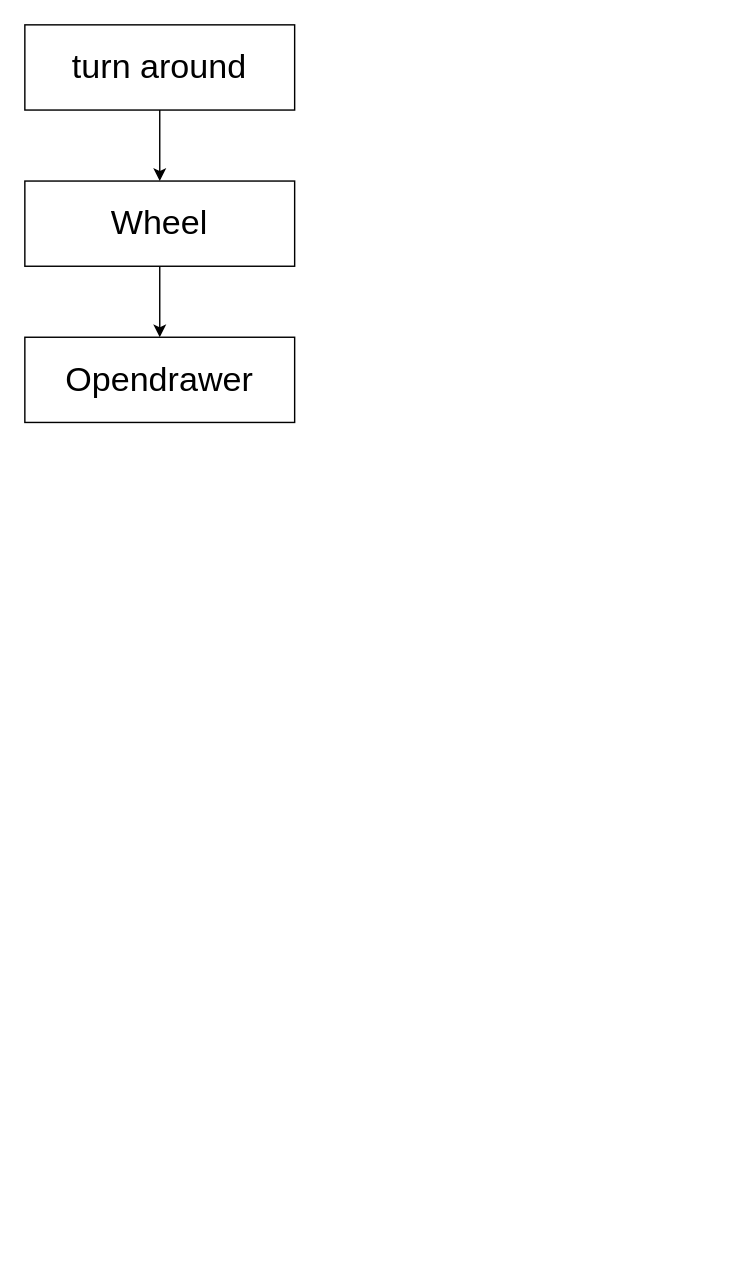
Above: document/work_flow.drawio in muzi2018/centauro_long_task (draw.io), before the change. Source tidied: cells renumbered, new cells numbered last; positions are measured from the earlier drawing's top-left corner, leaving out a move shared by most shapes. Both pictures are drawn from the tidied source at 142%, with x=0, y=0 at pixel (24, 24).
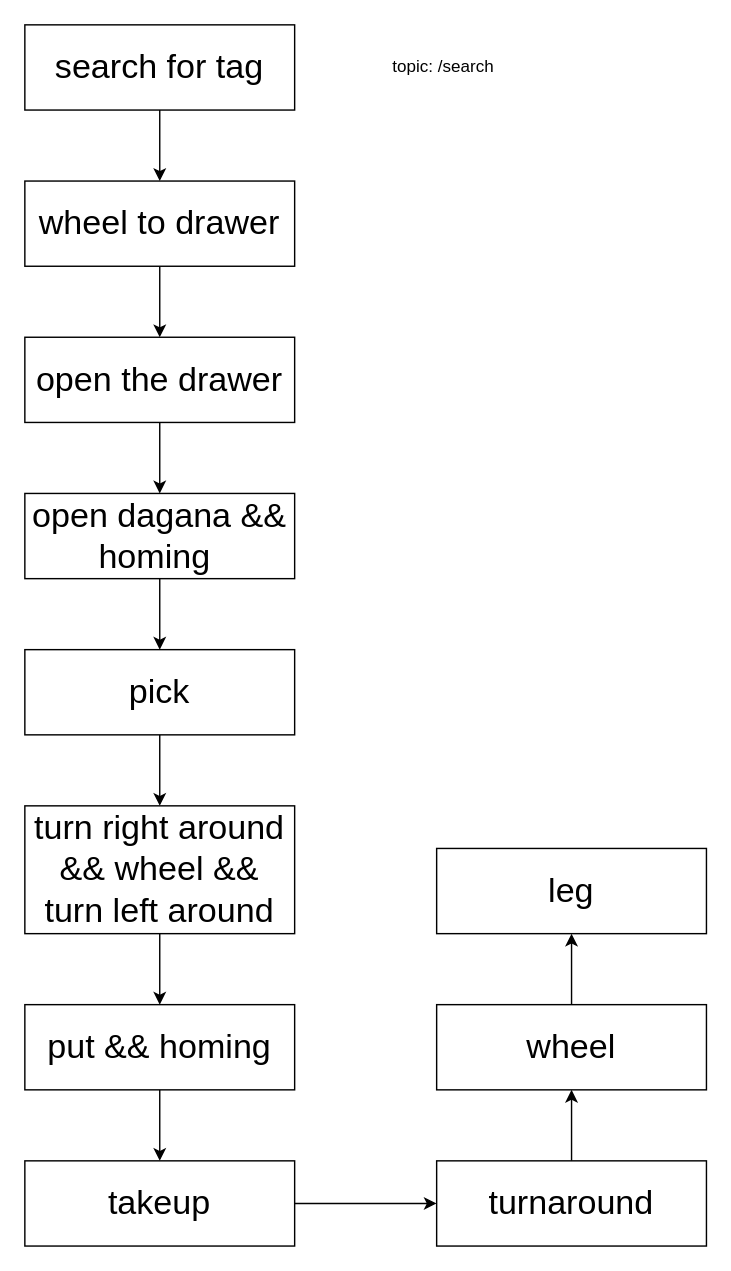
After the change.

Diff of the diagram source:
```diff
@@
-    <mxCell id="3" value="&lt;font style=&quot;font-size: 24px;&quot;&gt;turn around&lt;/font&gt;" style="rounded=0;whiteSpace=wrap;html=1;" parent="1" vertex="1">
+    <mxCell id="3" value="&lt;font style=&quot;font-size: 24px;&quot;&gt;search for tag&lt;/font&gt;" style="rounded=0;whiteSpace=wrap;html=1;" parent="1" vertex="1">
       <mxGeometry width="190" height="60" as="geometry" />
     </mxCell>
@@
-    <mxCell id="5" value="&lt;font style=&quot;font-size: 24px;&quot;&gt;Wheel&lt;/font&gt;" style="whiteSpace=wrap;html=1;rounded=0;" parent="1" vertex="1">
+    <mxCell id="5" value="&lt;font style=&quot;font-size: 24px;&quot;&gt;wheel to drawer&lt;/font&gt;" style="whiteSpace=wrap;html=1;rounded=0;" parent="1" vertex="1">
       <mxGeometry y="110" width="190" height="60" as="geometry" />
     </mxCell>
+    <mxCell id="7" style="edgeStyle=none;html=1;" parent="1" edge="1" source="6" target="9">
+      <mxGeometry relative="1" as="geometry" />
+    </mxCell>
-    <mxCell id="6" value="&lt;font style=&quot;font-size: 24px;&quot;&gt;Opendrawer&lt;br&gt;&lt;/font&gt;" style="whiteSpace=wrap;html=1;rounded=0;" parent="1" vertex="1">
+    <mxCell id="6" value="&lt;font style=&quot;font-size: 24px;&quot;&gt;open the drawer&lt;br&gt;&lt;/font&gt;" style="whiteSpace=wrap;html=1;rounded=0;" parent="1" vertex="1">
       <mxGeometry y="220" width="190" height="60" as="geometry" />
     </mxCell>
+    <mxCell id="8" style="edgeStyle=none;html=1;" parent="1" edge="1" source="9" target="11">
+      <mxGeometry relative="1" as="geometry" />
+    </mxCell>
+    <mxCell id="9" value="&lt;font style=&quot;font-size: 24px;&quot;&gt;open dagana &amp;amp;&amp;amp; homing&amp;nbsp;&lt;br&gt;&lt;/font&gt;" style="whiteSpace=wrap;html=1;rounded=0;" parent="1" vertex="1">
+      <mxGeometry y="330" width="190" height="60" as="geometry" />
+    </mxCell>
+    <mxCell id="10" style="edgeStyle=none;html=1;" parent="1" edge="1" source="11" target="13">
+      <mxGeometry relative="1" as="geometry" />
+    </mxCell>
+    <mxCell id="11" value="&lt;font style=&quot;font-size: 24px;&quot;&gt;pick&lt;br&gt;&lt;/font&gt;" style="whiteSpace=wrap;html=1;rounded=0;" parent="1" vertex="1">
+      <mxGeometry y="440" width="190" height="60" as="geometry" />
+    </mxCell>
+    <mxCell id="12" style="edgeStyle=none;html=1;" parent="1" edge="1" source="13" target="15">
+      <mxGeometry relative="1" as="geometry" />
+    </mxCell>
+    <mxCell id="13" value="&lt;font style=&quot;font-size: 24px;&quot;&gt;turn right around &amp;amp;&amp;amp; wheel &amp;amp;&amp;amp; turn left around&lt;br&gt;&lt;/font&gt;" style="whiteSpace=wrap;html=1;rounded=0;" parent="1" vertex="1">
+      <mxGeometry y="550" width="190" height="90" as="geometry" />
+    </mxCell>
+    <mxCell id="14" style="edgeStyle=none;html=1;" parent="1" edge="1" source="15" target="17">
+      <mxGeometry relative="1" as="geometry" />
+    </mxCell>
+    <mxCell id="15" value="&lt;font style=&quot;font-size: 24px;&quot;&gt;put &amp;amp;&amp;amp; homing&lt;br&gt;&lt;/font&gt;" style="whiteSpace=wrap;html=1;rounded=0;" parent="1" vertex="1">
+      <mxGeometry y="690" width="190" height="60" as="geometry" />
+    </mxCell>
+    <mxCell id="16" style="edgeStyle=none;html=1;" parent="1" edge="1" source="17" target="19">
+      <mxGeometry relative="1" as="geometry" />
+    </mxCell>
+    <mxCell id="17" value="&lt;font style=&quot;font-size: 24px;&quot;&gt;takeup&lt;br&gt;&lt;/font&gt;" style="whiteSpace=wrap;html=1;rounded=0;" parent="1" vertex="1">
+      <mxGeometry y="800" width="190" height="60" as="geometry" />
+    </mxCell>
+    <mxCell id="18" style="edgeStyle=none;html=1;" parent="1" edge="1" source="19" target="21">
+      <mxGeometry relative="1" as="geometry" />
+    </mxCell>
+    <mxCell id="19" value="&lt;font style=&quot;font-size: 24px;&quot;&gt;turnaround&lt;br&gt;&lt;/font&gt;" style="whiteSpace=wrap;html=1;rounded=0;" parent="1" vertex="1">
+      <mxGeometry x="290" y="800" width="190" height="60" as="geometry" />
+    </mxCell>
+    <mxCell id="20" style="edgeStyle=none;html=1;" parent="1" edge="1" source="21" target="22">
+      <mxGeometry relative="1" as="geometry" />
+    </mxCell>
+    <mxCell id="21" value="&lt;font style=&quot;font-size: 24px;&quot;&gt;wheel&lt;br&gt;&lt;/font&gt;" style="whiteSpace=wrap;html=1;rounded=0;" parent="1" vertex="1">
+      <mxGeometry x="290" y="690" width="190" height="60" as="geometry" />
+    </mxCell>
+    <mxCell id="22" value="&lt;font style=&quot;font-size: 24px;&quot;&gt;leg&lt;br&gt;&lt;/font&gt;" style="whiteSpace=wrap;html=1;rounded=0;" parent="1" vertex="1">
+      <mxGeometry x="290" y="580" width="190" height="60" as="geometry" />
+    </mxCell>
+    <mxCell id="23" value="topic: /search" style="text;html=1;strokeColor=none;fillColor=none;align=center;verticalAlign=middle;whiteSpace=wrap;rounded=0;" parent="1" vertex="1">
+      <mxGeometry x="230" y="15" width="130" height="30" as="geometry" />
+    </mxCell>
```
